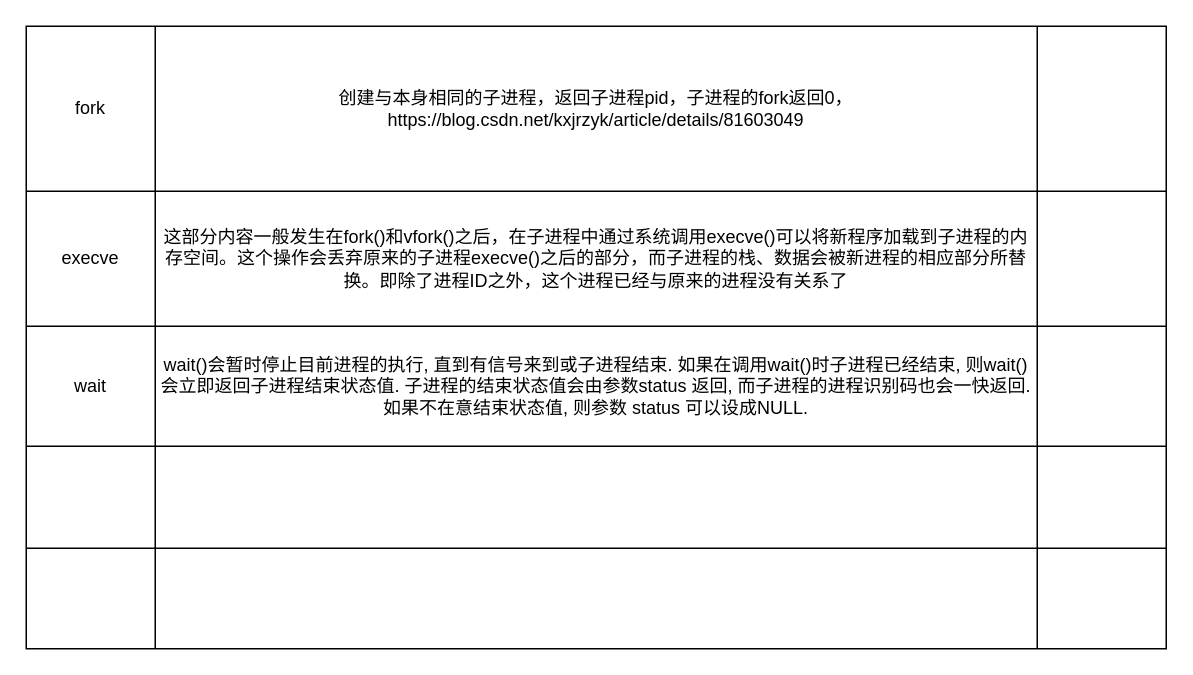
This is page "c++函数" (1 of 4) of note_fork.drawio from ganjue66da/ganjue66da, a draw.io file, before an edit. Source tidied: cells renumbered, new cells numbered last; positions are measured from the earlier drawing's top-left corner, leaving out a move shared by most shapes. Both pictures are drawn from the tidied source at 150%, with x=0, y=0 at pixel (26, 26).
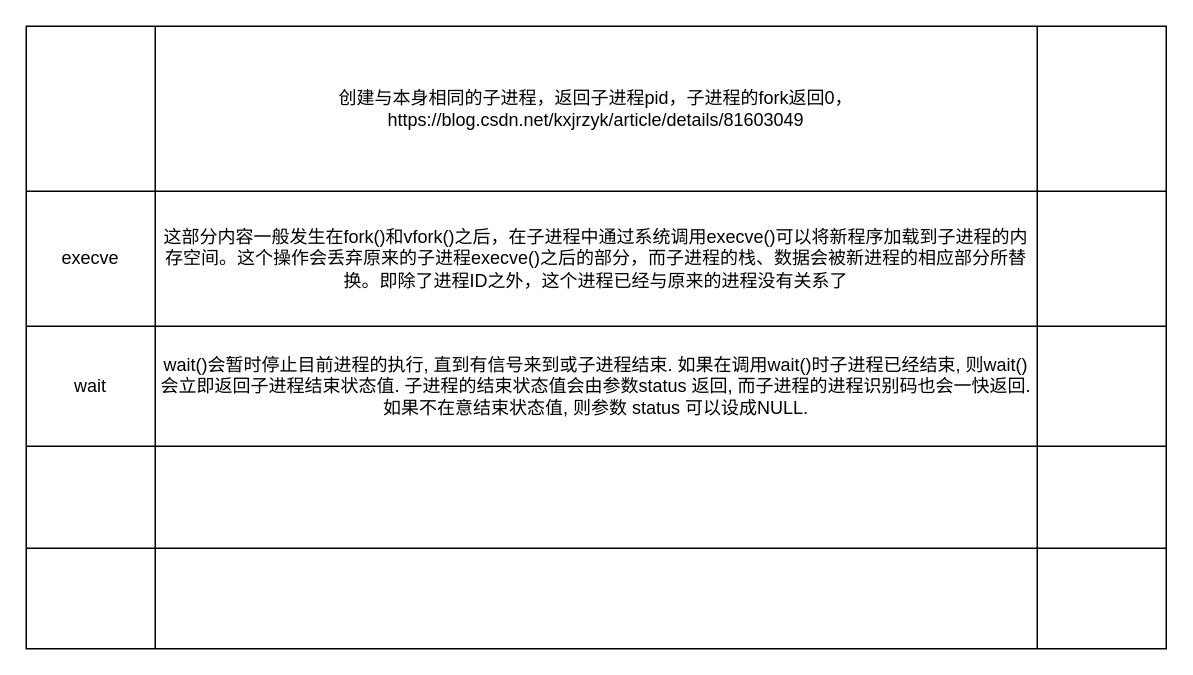
After the change.

Unchanged cells that the change refers to:
```xml
<mxCell id="3" style="shape=partialRectangle;fillColor=none;top=0;left=0;bottom=0;right=0;" parent="2" vertex="1">
  <mxGeometry width="760" height="110" as="geometry" />
</mxCell>
```

Change to the diagram source:
```diff
@@
-    <mxCell id="4" value="fork" style="shape=partialRectangle;html=1;whiteSpace=wrap;overflow=hidden;fillColor=none;top=0;left=0;bottom=0;right=0;" parent="3" vertex="1">
+    <mxCell id="4" style="shape=partialRectangle;html=1;whiteSpace=wrap;overflow=hidden;fillColor=none;top=0;left=0;bottom=0;right=0;" parent="3" vertex="1">
       <mxGeometry width="86" height="110" as="geometry" />
     </mxCell>
```
